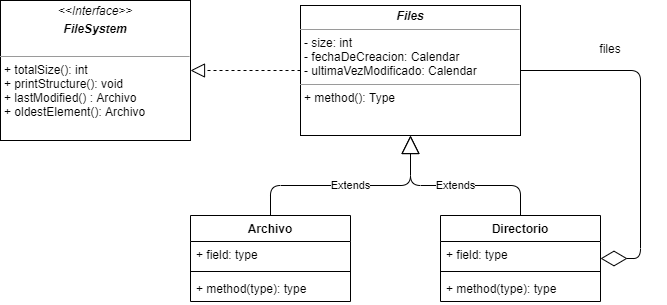
The draw.io diagram src/tpComposite/sistemaDeArchivos/SistemaDeArchivos-UML.png in CundariNicolas/unqui-poo2-cundari, before a commit. Source tidied: cells renumbered, new cells last; positions are measured from the earlier drawing's top-left corner, leaving out a move shared by most shapes.
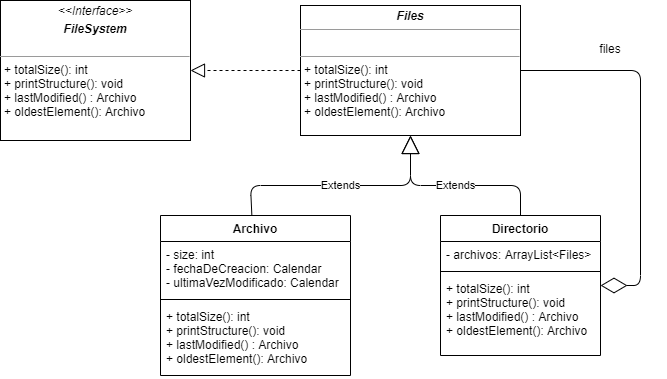
After the change.

Diff of the diagram source:
```diff
@@ -3,28 +3,28 @@
     <mxCell id="0" />
     <mxCell id="1" parent="0" />
     <mxCell id="2" value="Archivo" style="swimlane;fontStyle=1;align=center;verticalAlign=top;horizontal=1;startSize=26;" parent="1" vertex="1">
-      <mxGeometry x="190" y="215" width="160" height="86" as="geometry" />
+      <mxGeometry x="160" y="215" width="190" height="160" as="geometry" />
     </mxCell>
-    <mxCell id="3" value="+ field: type" style="text;strokeColor=none;fillColor=none;align=left;verticalAlign=top;spacingLeft=4;spacingRight=4;overflow=hidden;" parent="2" vertex="1">
-      <mxGeometry y="26" width="160" height="26" as="geometry" />
+    <mxCell id="3" value="- size: int&#10;- fechaDeCreacion: Calendar&#10;- ultimaVezModificado: Calendar" style="text;strokeColor=none;fillColor=none;align=left;verticalAlign=top;spacingLeft=4;spacingRight=4;overflow=hidden;" parent="2" vertex="1">
+      <mxGeometry y="26" width="190" height="54" as="geometry" />
     </mxCell>
     <mxCell id="4" style="line;strokeWidth=1;fillColor=none;align=left;verticalAlign=middle;spacingTop=-1;spacingLeft=3;spacingRight=3;labelPosition=right;" parent="2" vertex="1">
-      <mxGeometry y="52" width="160" height="8" as="geometry" />
+      <mxGeometry y="80" width="190" height="8" as="geometry" />
     </mxCell>
-    <mxCell id="5" value="+ method(type): type" style="text;strokeColor=none;fillColor=none;align=left;verticalAlign=top;spacingLeft=4;spacingRight=4;overflow=hidden;" parent="2" vertex="1">
-      <mxGeometry y="60" width="160" height="26" as="geometry" />
+    <mxCell id="5" value="+ totalSize(): int&#10;+ printStructure(): void&#10;+ lastModified() : Archivo&#10;+ oldestElement(): Archivo" style="text;strokeColor=none;fillColor=none;align=left;verticalAlign=top;spacingLeft=4;spacingRight=4;overflow=hidden;" parent="2" vertex="1">
+      <mxGeometry y="88" width="190" height="72" as="geometry" />
     </mxCell>
     <mxCell id="6" value="Directorio" style="swimlane;fontStyle=1;align=center;verticalAlign=top;horizontal=1;startSize=26;" parent="1" vertex="1">
-      <mxGeometry x="440" y="215" width="160" height="86" as="geometry" />
+      <mxGeometry x="440" y="215" width="160" height="140" as="geometry" />
     </mxCell>
-    <mxCell id="7" value="+ field: type" style="text;strokeColor=none;fillColor=none;align=left;verticalAlign=top;spacingLeft=4;spacingRight=4;overflow=hidden;" parent="6" vertex="1">
+    <mxCell id="7" value="- archivos: ArrayList&lt;Files&gt;" style="text;strokeColor=none;fillColor=none;align=left;verticalAlign=top;spacingLeft=4;spacingRight=4;overflow=hidden;" parent="6" vertex="1">
       <mxGeometry y="26" width="160" height="26" as="geometry" />
     </mxCell>
     <mxCell id="8" style="line;strokeWidth=1;fillColor=none;align=left;verticalAlign=middle;spacingTop=-1;spacingLeft=3;spacingRight=3;labelPosition=right;" parent="6" vertex="1">
       <mxGeometry y="52" width="160" height="8" as="geometry" />
     </mxCell>
-    <mxCell id="9" value="+ method(type): type" style="text;strokeColor=none;fillColor=none;align=left;verticalAlign=top;spacingLeft=4;spacingRight=4;overflow=hidden;" parent="6" vertex="1">
-      <mxGeometry y="60" width="160" height="26" as="geometry" />
+    <mxCell id="9" value="+ totalSize(): int&#10;+ printStructure(): void&#10;+ lastModified() : Archivo&#10;+ oldestElement(): Archivo" style="text;strokeColor=none;fillColor=none;align=left;verticalAlign=top;spacingLeft=4;spacingRight=4;overflow=hidden;" parent="6" vertex="1">
+      <mxGeometry y="60" width="160" height="80" as="geometry" />
     </mxCell>
     <mxCell id="10" value="&lt;p style=&quot;margin: 0px ; margin-top: 4px ; text-align: center&quot;&gt;&lt;i&gt;&amp;lt;&amp;lt;Interface&amp;gt;&amp;gt;&lt;/i&gt;&lt;br&gt;&lt;/p&gt;&lt;p style=&quot;margin: 0px ; margin-top: 4px ; text-align: center&quot;&gt;&lt;i&gt;&lt;b&gt;FileSystem&lt;/b&gt;&lt;/i&gt;&lt;/p&gt;&lt;p style=&quot;margin: 0px ; margin-left: 4px&quot;&gt;&lt;br&gt;&lt;/p&gt;&lt;hr size=&quot;1&quot;&gt;&lt;p style=&quot;margin: 0px ; margin-left: 4px&quot;&gt;+ totalSize(): int&lt;br&gt;+ printStructure(): void&lt;/p&gt;&lt;p style=&quot;margin: 0px ; margin-left: 4px&quot;&gt;+ lastModified() : Archivo&lt;/p&gt;&lt;p style=&quot;margin: 0px ; margin-left: 4px&quot;&gt;+ oldestElement(): Archivo&lt;/p&gt;" style="verticalAlign=top;align=left;overflow=fill;fontSize=12;fontFamily=Helvetica;html=1;" parent="1" vertex="1">
       <mxGeometry width="190" height="140" as="geometry" />
@@ -32,13 +32,13 @@
     <mxCell id="11" style="endArrow=block;dashed=1;endFill=0;endSize=12;html=1;" parent="1" edge="1" source="12" target="10">
       <mxGeometry relative="1" as="geometry" />
     </mxCell>
-    <mxCell id="12" value="&lt;p style=&quot;margin: 0px ; margin-top: 4px ; text-align: center&quot;&gt;&lt;b&gt;&lt;i&gt;Files&lt;/i&gt;&lt;/b&gt;&lt;/p&gt;&lt;hr size=&quot;1&quot;&gt;&lt;p style=&quot;margin: 0px ; margin-left: 4px&quot;&gt;- size: int&lt;/p&gt;&lt;p style=&quot;margin: 0px ; margin-left: 4px&quot;&gt;- fechaDeCreacion: Calendar&lt;/p&gt;&lt;p style=&quot;margin: 0px ; margin-left: 4px&quot;&gt;- ultimaVezModificado: Calendar&lt;/p&gt;&lt;hr size=&quot;1&quot;&gt;&lt;p style=&quot;margin: 0px ; margin-left: 4px&quot;&gt;+ method(): Type&lt;/p&gt;" style="verticalAlign=top;align=left;overflow=fill;fontSize=12;fontFamily=Helvetica;html=1;" parent="1" vertex="1">
+    <mxCell id="12" value="&lt;p style=&quot;margin: 0px ; margin-top: 4px ; text-align: center&quot;&gt;&lt;b&gt;&lt;i&gt;Files&lt;/i&gt;&lt;/b&gt;&lt;/p&gt;&lt;hr size=&quot;1&quot;&gt;&lt;p style=&quot;margin: 0px ; margin-left: 4px&quot;&gt;&lt;br&gt;&lt;/p&gt;&lt;hr size=&quot;1&quot;&gt;&lt;p style=&quot;margin: 0px 0px 0px 4px&quot;&gt;+ totalSize(): int&lt;br&gt;+ printStructure(): void&lt;/p&gt;&lt;p style=&quot;margin: 0px 0px 0px 4px&quot;&gt;+ lastModified() : Archivo&lt;/p&gt;&lt;p style=&quot;margin: 0px 0px 0px 4px&quot;&gt;+ oldestElement(): Archivo&lt;/p&gt;" style="verticalAlign=top;align=left;overflow=fill;fontSize=12;fontFamily=Helvetica;html=1;" parent="1" vertex="1">
       <mxGeometry x="300" y="5" width="220" height="130" as="geometry" />
     </mxCell>
     <mxCell id="13" value="Extends" style="endArrow=block;endSize=16;endFill=0;html=1;" parent="1" edge="1" source="2" target="12">
       <mxGeometry relative="1" as="geometry">
         <Array as="points">
-          <mxPoint x="270" y="185" />
+          <mxPoint x="250" y="185" />
           <mxPoint x="410" y="185" />
         </Array>
       </mxGeometry>
@@ -55,7 +55,7 @@
       <mxGeometry relative="1" as="geometry">
         <Array as="points">
           <mxPoint x="640" y="70" />
-          <mxPoint x="640" y="258" />
+          <mxPoint x="640" y="285" />
         </Array>
       </mxGeometry>
     </mxCell>
```
